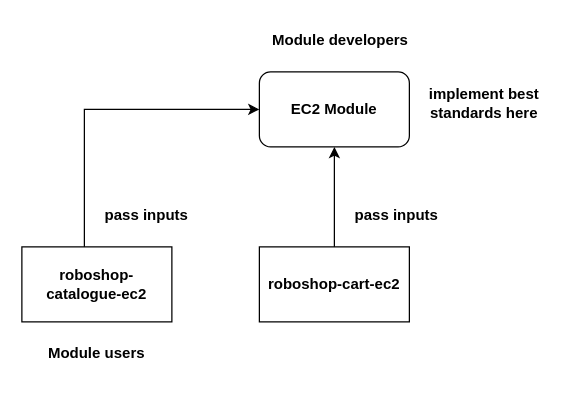
Before: terraform-modules.drawio in Sivaram2702/diagrams, a draw.io diagram. Source tidied: cells renumbered, new cells numbered last; positions are measured from the earlier drawing's top-left corner, leaving out a move shared by most shapes. Both pictures are drawn from the tidied source at 125%, with x=0, y=0 at pixel (21, 21).
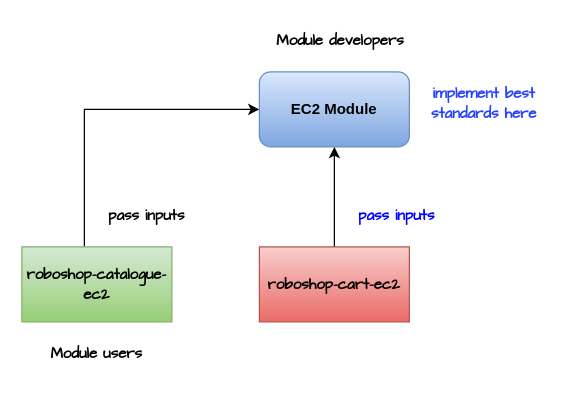
The same diagram, later.

What changed in the source:
```diff
@@
 <mxGraphModel>
   <root>
     <mxCell id="0" />
     <mxCell id="1" parent="0" />
     <mxCell id="2" style="edgeStyle=orthogonalEdgeStyle;rounded=0;jettySize=auto;html=1;entryX=0;entryY=0.5;entryDx=0;entryDy=0;" parent="1" edge="1" source="3" target="4">
       <mxGeometry relative="1" as="geometry">
         <Array as="points">
           <mxPoint x="50" y="70" />
         </Array>
       </mxGeometry>
     </mxCell>
-    <mxCell id="3" value="&lt;b&gt;roboshop-catalogue-ec2&lt;/b&gt;" style="rounded=0;whiteSpace=wrap;html=1;" parent="1" vertex="1">
+    <mxCell id="3" value="&lt;b&gt;&lt;font face=&quot;Comic Sans MS&quot;&gt;roboshop-catalogue-ec2&lt;/font&gt;&lt;/b&gt;" style="rounded=0;whiteSpace=wrap;html=1;fillColor=#d5e8d4;gradientColor=#97d077;strokeColor=#82b366;" parent="1" vertex="1">
       <mxGeometry y="180" width="120" height="60" as="geometry" />
     </mxCell>
-    <mxCell id="4" value="&lt;b&gt;EC2 Module&lt;/b&gt;" style="rounded=1;whiteSpace=wrap;html=1;" parent="1" vertex="1">
+    <mxCell id="4" value="&lt;b&gt;EC2 Module&lt;/b&gt;" style="rounded=1;whiteSpace=wrap;html=1;fillColor=#dae8fc;gradientColor=#7ea6e0;strokeColor=#6c8ebf;" parent="1" vertex="1">
       <mxGeometry x="190" y="40" width="120" height="60" as="geometry" />
     </mxCell>
     <mxCell id="5" style="edgeStyle=orthogonalEdgeStyle;rounded=0;jettySize=auto;html=1;entryX=0.5;entryY=1;entryDx=0;entryDy=0;" parent="1" edge="1" source="6" target="4">
       <mxGeometry relative="1" as="geometry" />
     </mxCell>
-    <mxCell id="6" value="&lt;b&gt;roboshop-cart-ec2&lt;/b&gt;" style="rounded=0;whiteSpace=wrap;html=1;" parent="1" vertex="1">
+    <mxCell id="6" value="&lt;b&gt;&lt;font face=&quot;Comic Sans MS&quot;&gt;roboshop-cart-ec2&lt;/font&gt;&lt;/b&gt;" style="rounded=0;whiteSpace=wrap;html=1;fillColor=#f8cecc;gradientColor=#ea6b66;strokeColor=#b85450;" parent="1" vertex="1">
       <mxGeometry x="190" y="180" width="120" height="60" as="geometry" />
     </mxCell>
-    <mxCell id="7" value="&lt;b&gt;implement best standards here&lt;/b&gt;" style="text;html=1;whiteSpace=wrap;strokeColor=none;fillColor=none;align=center;verticalAlign=middle;rounded=0;" parent="1" vertex="1">
+    <mxCell id="7" value="&lt;b&gt;&lt;font face=&quot;Comic Sans MS&quot; style=&quot;color: rgb(38, 65, 255);&quot;&gt;implement best standards here&lt;/font&gt;&lt;/b&gt;" style="text;html=1;whiteSpace=wrap;strokeColor=none;fillColor=none;align=center;verticalAlign=middle;rounded=0;" parent="1" vertex="1">
       <mxGeometry x="310" y="50" width="120" height="30" as="geometry" />
     </mxCell>
-    <mxCell id="8" value="&lt;b&gt;pass inputs&lt;/b&gt;" style="text;html=1;whiteSpace=wrap;strokeColor=none;fillColor=none;align=center;verticalAlign=middle;rounded=0;" parent="1" vertex="1">
+    <mxCell id="8" value="&lt;b&gt;&lt;font face=&quot;Comic Sans MS&quot;&gt;pass inputs&lt;/font&gt;&lt;/b&gt;" style="text;html=1;whiteSpace=wrap;strokeColor=none;fillColor=none;align=center;verticalAlign=middle;rounded=0;" parent="1" vertex="1">
       <mxGeometry x="60" y="140" width="80" height="30" as="geometry" />
     </mxCell>
-    <mxCell id="9" value="&lt;b&gt;pass inputs&lt;/b&gt;" style="text;html=1;whiteSpace=wrap;strokeColor=none;fillColor=none;align=center;verticalAlign=middle;rounded=0;" parent="1" vertex="1">
+    <mxCell id="9" value="&lt;b&gt;&lt;font face=&quot;Comic Sans MS&quot; style=&quot;color: rgb(0, 0, 255);&quot;&gt;pass inputs&lt;/font&gt;&lt;/b&gt;" style="text;html=1;whiteSpace=wrap;strokeColor=none;fillColor=none;align=center;verticalAlign=middle;rounded=0;" parent="1" vertex="1">
       <mxGeometry x="260" y="140" width="80" height="30" as="geometry" />
     </mxCell>
-    <mxCell id="10" value="&lt;b&gt;Module developers&lt;/b&gt;" style="text;html=1;whiteSpace=wrap;strokeColor=none;fillColor=none;align=center;verticalAlign=middle;rounded=0;" parent="1" vertex="1">
+    <mxCell id="10" value="&lt;b&gt;&lt;font face=&quot;Comic Sans MS&quot;&gt;Module developers&lt;/font&gt;&lt;/b&gt;" style="text;html=1;whiteSpace=wrap;strokeColor=none;fillColor=none;align=center;verticalAlign=middle;rounded=0;" parent="1" vertex="1">
       <mxGeometry x="190" width="130" height="30" as="geometry" />
     </mxCell>
-    <mxCell id="11" value="&lt;b&gt;Module users&lt;/b&gt;" style="text;html=1;whiteSpace=wrap;strokeColor=none;fillColor=none;align=center;verticalAlign=middle;rounded=0;" parent="1" vertex="1">
+    <mxCell id="11" value="&lt;b&gt;&lt;font face=&quot;Comic Sans MS&quot;&gt;Module users&lt;/font&gt;&lt;/b&gt;" style="text;html=1;whiteSpace=wrap;strokeColor=none;fillColor=none;align=center;verticalAlign=middle;rounded=0;" parent="1" vertex="1">
       <mxGeometry y="250" width="120" height="30" as="geometry" />
     </mxCell>
   </root>
 </mxGraphModel>
```
